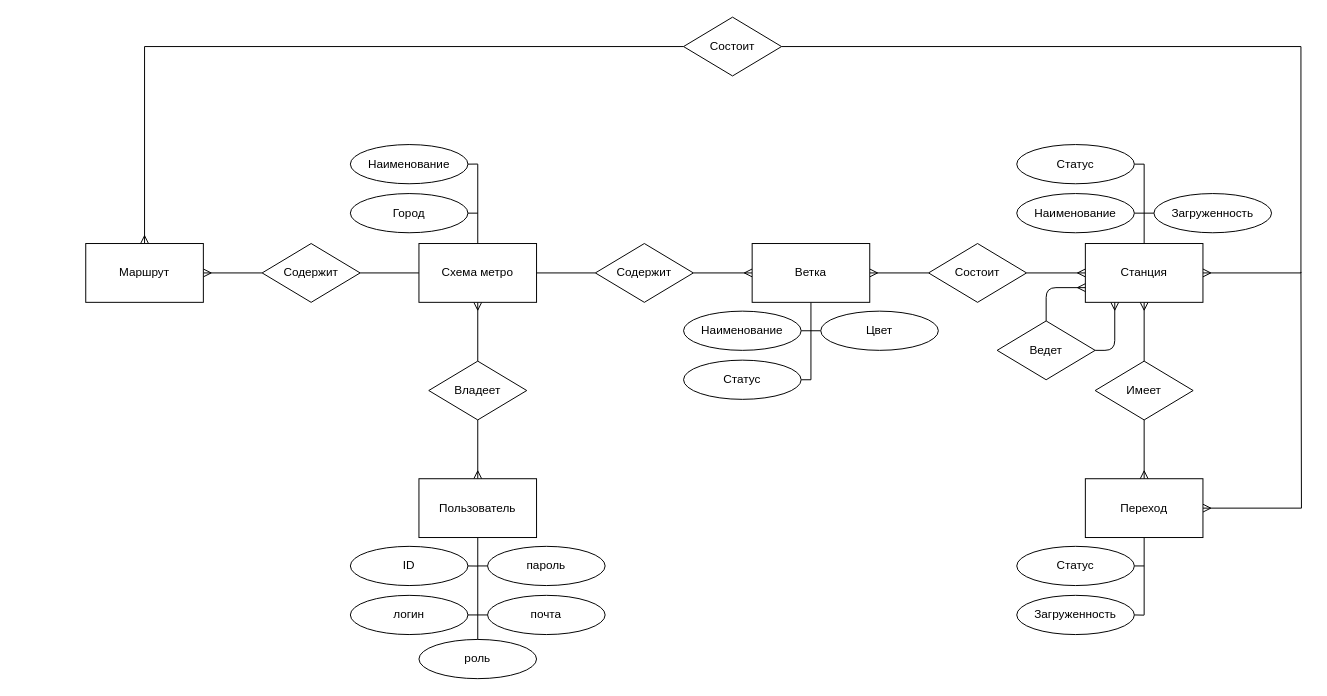
The draw.io diagram charts/ER.drawio in Mihyich/PPO, before the edit. Source tidied: cells renumbered, new cells numbered last; positions are measured from the earlier drawing's top-left corner, leaving out a move shared by most shapes. Both pictures are drawn from the tidied source at 98%, with x=0, y=0 at pixel (85, 17).
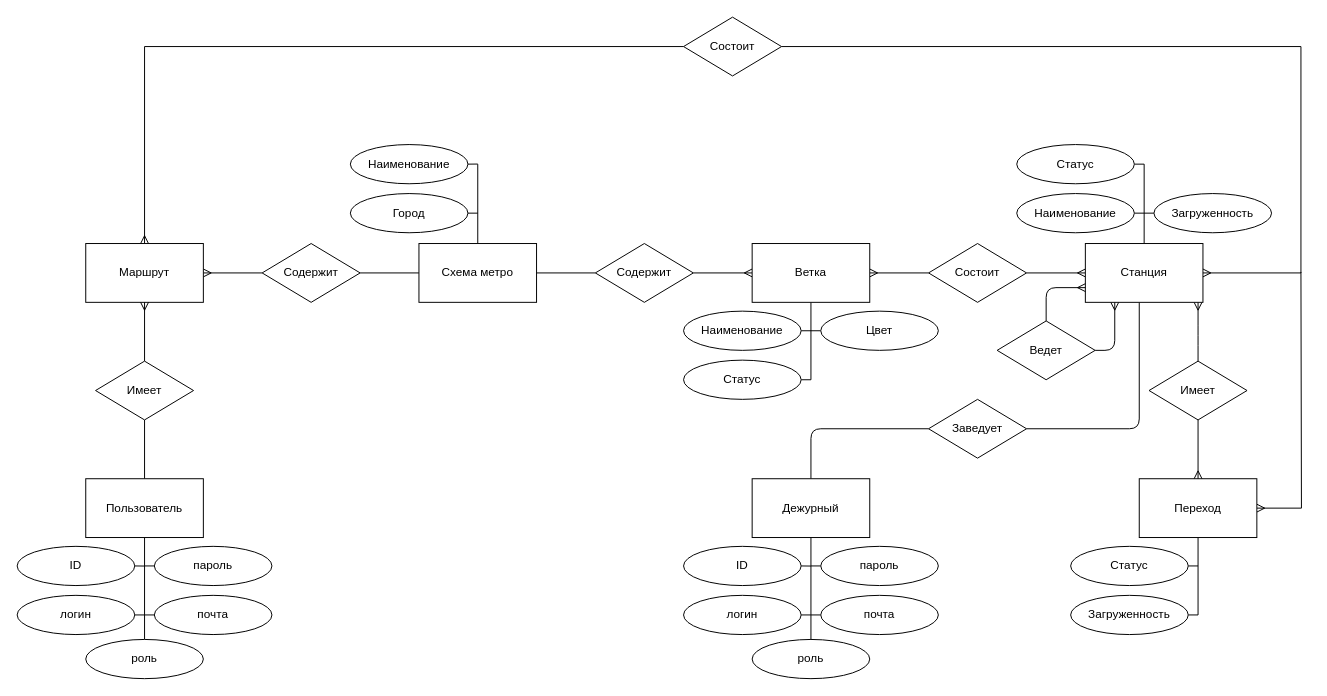
The same diagram, later.

Commit message:
Декомпозиция сузностей: пиользователь/дежурный

The change refers to these unchanged cells:
```xml
<mxCell id="18" value="Схема метро" style="rounded=0;whiteSpace=wrap;html=1;" parent="1" vertex="1">
  <mxGeometry x="340" y="231" width="120" height="60" as="geometry" />
</mxCell>
<mxCell id="31" value="Станция" style="rounded=0;whiteSpace=wrap;html=1;" parent="1" vertex="1">
  <mxGeometry x="1020" y="231" width="120" height="60" as="geometry" />
</mxCell>
<mxCell id="40" value="Маршрут" style="rounded=0;whiteSpace=wrap;html=1;" parent="1" vertex="1">
  <mxGeometry y="231" width="120" height="60" as="geometry" />
</mxCell>
```

The edit, as a diff of the source:
```diff
@@
-    <mxCell id="3" style="edgeStyle=none;html=1;entryX=0.5;entryY=1;entryDx=0;entryDy=0;endArrow=none;endFill=0;startArrow=ERmany;startFill=0;" parent="1" edge="1" source="4" target="14">
-      <mxGeometry relative="1" as="geometry" />
-    </mxCell>
+    <mxCell id="62" style="edgeStyle=none;html=1;exitX=0.5;exitY=0;exitDx=0;exitDy=0;entryX=0.5;entryY=1;entryDx=0;entryDy=0;endArrow=none;endFill=0;" parent="1" edge="1" source="4" target="65">
+      <mxGeometry relative="1" as="geometry" />
+    </mxCell>
     <mxCell id="4" value="Пользователь" style="rounded=0;whiteSpace=wrap;html=1;" parent="1" vertex="1">
-      <mxGeometry x="340" y="471" width="120" height="60" as="geometry" />
+      <mxGeometry y="471" width="120" height="60" as="geometry" />
     </mxCell>
     <mxCell id="5" style="edgeStyle=none;html=1;exitX=1;exitY=0.5;exitDx=0;exitDy=0;endArrow=none;endFill=0;" parent="1" edge="1" source="6">
       <mxGeometry relative="1" as="geometry">
-        <mxPoint x="400" y="560.1" as="targetPoint" />
+        <mxPoint x="60" y="560.1" as="targetPoint" />
       </mxGeometry>
     </mxCell>
     <mxCell id="6" value="ID" style="ellipse;whiteSpace=wrap;html=1;" parent="1" vertex="1">
-      <mxGeometry x="270" y="540" width="120" height="40" as="geometry" />
+      <mxGeometry x="-70" y="540" width="120" height="40" as="geometry" />
     </mxCell>
     <mxCell id="7" style="edgeStyle=none;html=1;exitX=1;exitY=0.5;exitDx=0;exitDy=0;endArrow=none;endFill=0;" parent="1" edge="1" source="8">
       <mxGeometry relative="1" as="geometry">
-        <mxPoint x="400" y="610" as="targetPoint" />
+        <mxPoint x="60" y="610" as="targetPoint" />
       </mxGeometry>
     </mxCell>
     <mxCell id="8" value="логин" style="ellipse;whiteSpace=wrap;html=1;" parent="1" vertex="1">
-      <mxGeometry x="270" y="590" width="120" height="40" as="geometry" />
+      <mxGeometry x="-70" y="590" width="120" height="40" as="geometry" />
     </mxCell>
     <mxCell id="9" style="edgeStyle=none;html=1;endArrow=none;endFill=0;" parent="1" edge="1">
       <mxGeometry relative="1" as="geometry">
-        <mxPoint x="410" y="560" as="sourcePoint" />
-        <mxPoint x="400" y="560" as="targetPoint" />
+        <mxPoint x="70" y="560" as="sourcePoint" />
+        <mxPoint x="60" y="560" as="targetPoint" />
       </mxGeometry>
     </mxCell>
     <mxCell id="10" style="edgeStyle=none;html=1;exitX=0;exitY=0.5;exitDx=0;exitDy=0;endArrow=none;endFill=0;" parent="1" edge="1" source="11">
       <mxGeometry relative="1" as="geometry">
-        <mxPoint x="400" y="610" as="targetPoint" />
+        <mxPoint x="60" y="610" as="targetPoint" />
       </mxGeometry>
     </mxCell>
     <mxCell id="11" value="почта" style="ellipse;whiteSpace=wrap;html=1;" parent="1" vertex="1">
-      <mxGeometry x="410" y="590" width="120" height="40" as="geometry" />
+      <mxGeometry x="70" y="590" width="120" height="40" as="geometry" />
     </mxCell>
     <mxCell id="12" value="пароль" style="ellipse;whiteSpace=wrap;html=1;" parent="1" vertex="1">
-      <mxGeometry x="410" y="540" width="120" height="40" as="geometry" />
+      <mxGeometry x="70" y="540" width="120" height="40" as="geometry" />
     </mxCell>
-    <mxCell id="13" style="edgeStyle=none;html=1;entryX=0.5;entryY=1;entryDx=0;entryDy=0;endArrow=ERmany;endFill=0;" parent="1" edge="1" source="14" target="18">
-      <mxGeometry relative="1" as="geometry" />
-    </mxCell>
-    <mxCell id="14" value="Владеет" style="rhombus;whiteSpace=wrap;html=1;" parent="1" vertex="1">
-      <mxGeometry x="350" y="351" width="100" height="60" as="geometry" />
-    </mxCell>
@@
-    <mxCell id="28" style="edgeStyle=none;html=1;endArrow=none;endFill=0;startArrow=ERmany;startFill=0;" parent="1" edge="1" source="31" target="36">
-      <mxGeometry relative="1" as="geometry" />
+    <mxCell id="28" style="edgeStyle=orthogonalEdgeStyle;html=1;endArrow=none;endFill=0;startArrow=ERmany;startFill=0;" parent="1" edge="1" source="31" target="36">
+      <mxGeometry relative="1" as="geometry">
+        <Array as="points">
+          <mxPoint x="1135" y="325" />
+          <mxPoint x="1135" y="325" />
+        </Array>
+      </mxGeometry>
     </mxCell>
@@
+    <mxCell id="63" style="edgeStyle=orthogonalEdgeStyle;html=1;entryX=1;entryY=0.5;entryDx=0;entryDy=0;endArrow=none;endFill=0;" parent="1" edge="1" source="31" target="78">
+      <mxGeometry relative="1" as="geometry">
+        <Array as="points">
+          <mxPoint x="1075" y="420" />
+        </Array>
+      </mxGeometry>
+    </mxCell>
@@
     <mxCell id="32" style="edgeStyle=none;html=1;endArrow=none;endFill=0;" parent="1" edge="1" source="34">
       <mxGeometry relative="1" as="geometry">
-        <mxPoint x="1080" y="610" as="targetPoint" />
+        <mxPoint x="1135" y="610" as="targetPoint" />
       </mxGeometry>
     </mxCell>
@@
     <mxCell id="34" value="Переход" style="rounded=0;whiteSpace=wrap;html=1;" parent="1" vertex="1">
-      <mxGeometry x="1020" y="471" width="120" height="60" as="geometry" />
+      <mxGeometry x="1075" y="471" width="120" height="60" as="geometry" />
     </mxCell>
@@
     <mxCell id="36" value="Имеет" style="rhombus;whiteSpace=wrap;html=1;" parent="1" vertex="1">
-      <mxGeometry x="1030" y="351" width="100" height="60" as="geometry" />
+      <mxGeometry x="1085" y="351" width="100" height="60" as="geometry" />
     </mxCell>
@@
     <mxCell id="51" style="edgeStyle=none;html=1;endArrow=none;endFill=0;" parent="1" edge="1" source="52">
       <mxGeometry relative="1" as="geometry">
-        <mxPoint x="1080" y="560" as="targetPoint" />
+        <mxPoint x="1135" y="560" as="targetPoint" />
       </mxGeometry>
     </mxCell>
     <mxCell id="52" value="Статус" style="ellipse;whiteSpace=wrap;html=1;" parent="1" vertex="1">
-      <mxGeometry x="950" y="540" width="120" height="40" as="geometry" />
+      <mxGeometry x="1005" y="540" width="120" height="40" as="geometry" />
     </mxCell>
@@
     <mxCell id="55" style="edgeStyle=none;html=1;exitX=1;exitY=0.5;exitDx=0;exitDy=0;endArrow=none;endFill=0;" parent="1" edge="1" source="56">
       <mxGeometry relative="1" as="geometry">
-        <mxPoint x="1080" y="610.2" as="targetPoint" />
+        <mxPoint x="1135" y="610" as="targetPoint" />
       </mxGeometry>
     </mxCell>
     <mxCell id="56" value="Загруженность" style="ellipse;whiteSpace=wrap;html=1;" parent="1" vertex="1">
-      <mxGeometry x="950" y="590" width="120" height="40" as="geometry" />
+      <mxGeometry x="1005" y="590" width="120" height="40" as="geometry" />
     </mxCell>
@@
     <mxCell id="61" value="роль" style="ellipse;whiteSpace=wrap;html=1;" parent="1" vertex="1">
-      <mxGeometry x="340" y="635" width="120" height="40" as="geometry" />
+      <mxGeometry y="635" width="120" height="40" as="geometry" />
     </mxCell>
+    <mxCell id="64" style="edgeStyle=none;html=1;exitX=0.5;exitY=0;exitDx=0;exitDy=0;entryX=0.5;entryY=1;entryDx=0;entryDy=0;endArrow=ERmany;endFill=0;" parent="1" edge="1" source="65" target="40">
+      <mxGeometry relative="1" as="geometry" />
+    </mxCell>
+    <mxCell id="65" value="Имеет" style="rhombus;whiteSpace=wrap;html=1;" parent="1" vertex="1">
+      <mxGeometry x="10" y="351" width="100" height="60" as="geometry" />
+    </mxCell>
+    <mxCell id="66" style="edgeStyle=none;html=1;endArrow=none;endFill=0;" parent="1" edge="1" source="68" target="77">
+      <mxGeometry relative="1" as="geometry" />
+    </mxCell>
+    <mxCell id="67" style="edgeStyle=orthogonalEdgeStyle;html=1;exitX=0.5;exitY=0;exitDx=0;exitDy=0;entryX=0;entryY=0.5;entryDx=0;entryDy=0;endArrow=none;endFill=0;" parent="1" edge="1" source="68" target="78">
+      <mxGeometry relative="1" as="geometry" />
+    </mxCell>
+    <mxCell id="68" value="Дежурный" style="rounded=0;whiteSpace=wrap;html=1;" parent="1" vertex="1">
+      <mxGeometry x="680" y="471" width="120" height="60" as="geometry" />
+    </mxCell>
+    <mxCell id="69" style="edgeStyle=none;html=1;exitX=1;exitY=0.5;exitDx=0;exitDy=0;endArrow=none;endFill=0;" parent="1" edge="1" source="70">
+      <mxGeometry relative="1" as="geometry">
+        <mxPoint x="740" y="560.1" as="targetPoint" />
+      </mxGeometry>
+    </mxCell>
+    <mxCell id="70" value="ID" style="ellipse;whiteSpace=wrap;html=1;" parent="1" vertex="1">
+      <mxGeometry x="610" y="540" width="120" height="40" as="geometry" />
+    </mxCell>
+    <mxCell id="71" style="edgeStyle=none;html=1;exitX=1;exitY=0.5;exitDx=0;exitDy=0;endArrow=none;endFill=0;" parent="1" edge="1" source="72">
+      <mxGeometry relative="1" as="geometry">
+        <mxPoint x="740" y="610" as="targetPoint" />
+      </mxGeometry>
+    </mxCell>
+    <mxCell id="72" value="логин" style="ellipse;whiteSpace=wrap;html=1;" parent="1" vertex="1">
+      <mxGeometry x="610" y="590" width="120" height="40" as="geometry" />
+    </mxCell>
+    <mxCell id="73" style="edgeStyle=none;html=1;endArrow=none;endFill=0;" parent="1" edge="1">
+      <mxGeometry relative="1" as="geometry">
+        <mxPoint x="750" y="560" as="sourcePoint" />
+        <mxPoint x="740" y="560" as="targetPoint" />
+      </mxGeometry>
+    </mxCell>
+    <mxCell id="74" style="edgeStyle=none;html=1;exitX=0;exitY=0.5;exitDx=0;exitDy=0;endArrow=none;endFill=0;" parent="1" edge="1" source="75">
+      <mxGeometry relative="1" as="geometry">
+        <mxPoint x="740" y="610" as="targetPoint" />
+      </mxGeometry>
+    </mxCell>
+    <mxCell id="75" value="почта" style="ellipse;whiteSpace=wrap;html=1;" parent="1" vertex="1">
+      <mxGeometry x="750" y="590" width="120" height="40" as="geometry" />
+    </mxCell>
+    <mxCell id="76" value="пароль" style="ellipse;whiteSpace=wrap;html=1;" parent="1" vertex="1">
+      <mxGeometry x="750" y="540" width="120" height="40" as="geometry" />
+    </mxCell>
+    <mxCell id="77" value="роль" style="ellipse;whiteSpace=wrap;html=1;" parent="1" vertex="1">
+      <mxGeometry x="680" y="635" width="120" height="40" as="geometry" />
+    </mxCell>
+    <mxCell id="78" value="Заведует" style="rhombus;whiteSpace=wrap;html=1;" parent="1" vertex="1">
+      <mxGeometry x="860" y="390" width="100" height="60" as="geometry" />
+    </mxCell>
```
